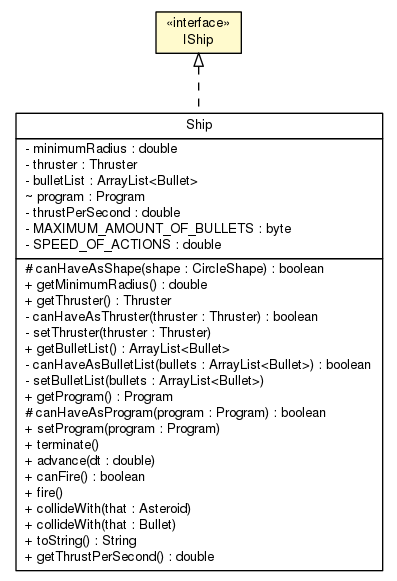
The Graphviz diagram doc/model/IShip.png in sinopeus/asteroids, before a commit. Its source is kept beside it as doc/model/IShip.dot.
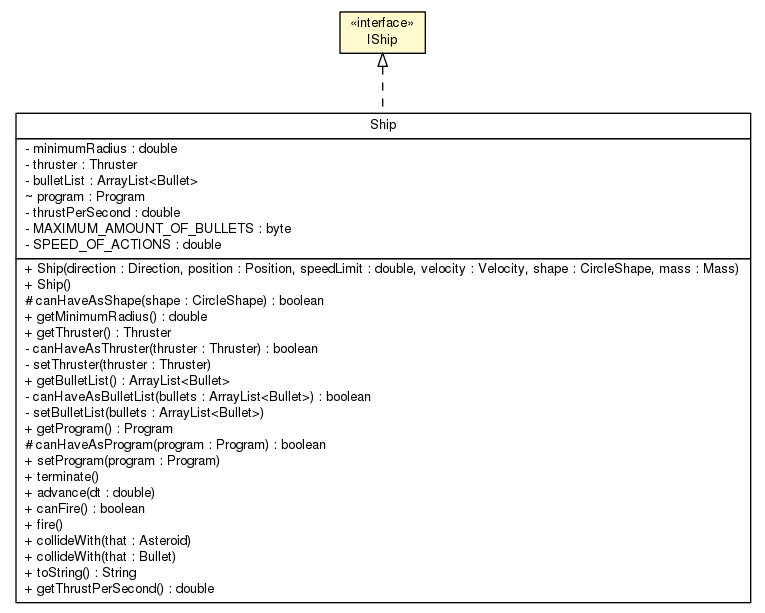
The same file after the commit.

What changed in the source:
```diff
@@ -4,13 +4,13 @@
 	node [fontname="Helvetica",fontsize=10,shape=plaintext];
 	nodesep=0.25;
 	ranksep=0.5;
-	c11679 [label=<<table title="model.IShip" border="0" cellborder="1" cellspacing="0" cellpadding="2" port="p" bgcolor="lemonChiffon" href="./IShip.html">
+	c11726 [label=<<table title="model.IShip" border="0" cellborder="1" cellspacing="0" cellpadding="2" port="p" bgcolor="lemonChiffon" href="./IShip.html">
 		<tr><td><table border="0" cellspacing="0" cellpadding="1">
 <tr><td align="center" balign="center"> &#171;interface&#187; </td></tr>
 <tr><td align="center" balign="center"> IShip </td></tr>
 		</table></td></tr>
 		</table>>, URL="./IShip.html", fontname="Helvetica", fontcolor="black", fontsize=10.0];
-	c11772 [label=<<table title="world.entity.ship.Ship" border="0" cellborder="1" cellspacing="0" cellpadding="2" port="p" href="../world/entity/ship/Ship.html">
+	c11819 [label=<<table title="world.entity.ship.Ship" border="0" cellborder="1" cellspacing="0" cellpadding="2" port="p" href="../world/entity/ship/Ship.html">
 		<tr><td><table border="0" cellspacing="0" cellpadding="1">
 <tr><td align="center" balign="center"> Ship </td></tr>
 		</table></td></tr>
@@ -24,6 +24,8 @@
 <tr><td align="left" balign="left"> - SPEED_OF_ACTIONS : double </td></tr>
 		</table></td></tr>
 		<tr><td><table border="0" cellspacing="0" cellpadding="1">
+<tr><td align="left" balign="left"> + Ship(direction : Direction, position : Position, speedLimit : double, velocity : Velocity, shape : CircleShape, mass : Mass) </td></tr>
+<tr><td align="left" balign="left"> + Ship() </td></tr>
 <tr><td align="left" balign="left"> # canHaveAsShape(shape : CircleShape) : boolean </td></tr>
 <tr><td align="left" balign="left"> + getMinimumRadius() : double </td></tr>
 <tr><td align="left" balign="left"> + getThruster() : Thruster </td></tr>
@@ -45,5 +47,5 @@
 <tr><td align="left" balign="left"> + getThrustPerSecond() : double </td></tr>
 		</table></td></tr>
 		</table>>, URL="../world/entity/ship/Ship.html", fontname="Helvetica", fontcolor="black", fontsize=10.0];
-	c11679:p -> c11772:p [dir=back,arrowtail=empty,style=dashed];
+	c11726:p -> c11819:p [dir=back,arrowtail=empty,style=dashed];
 }
```
